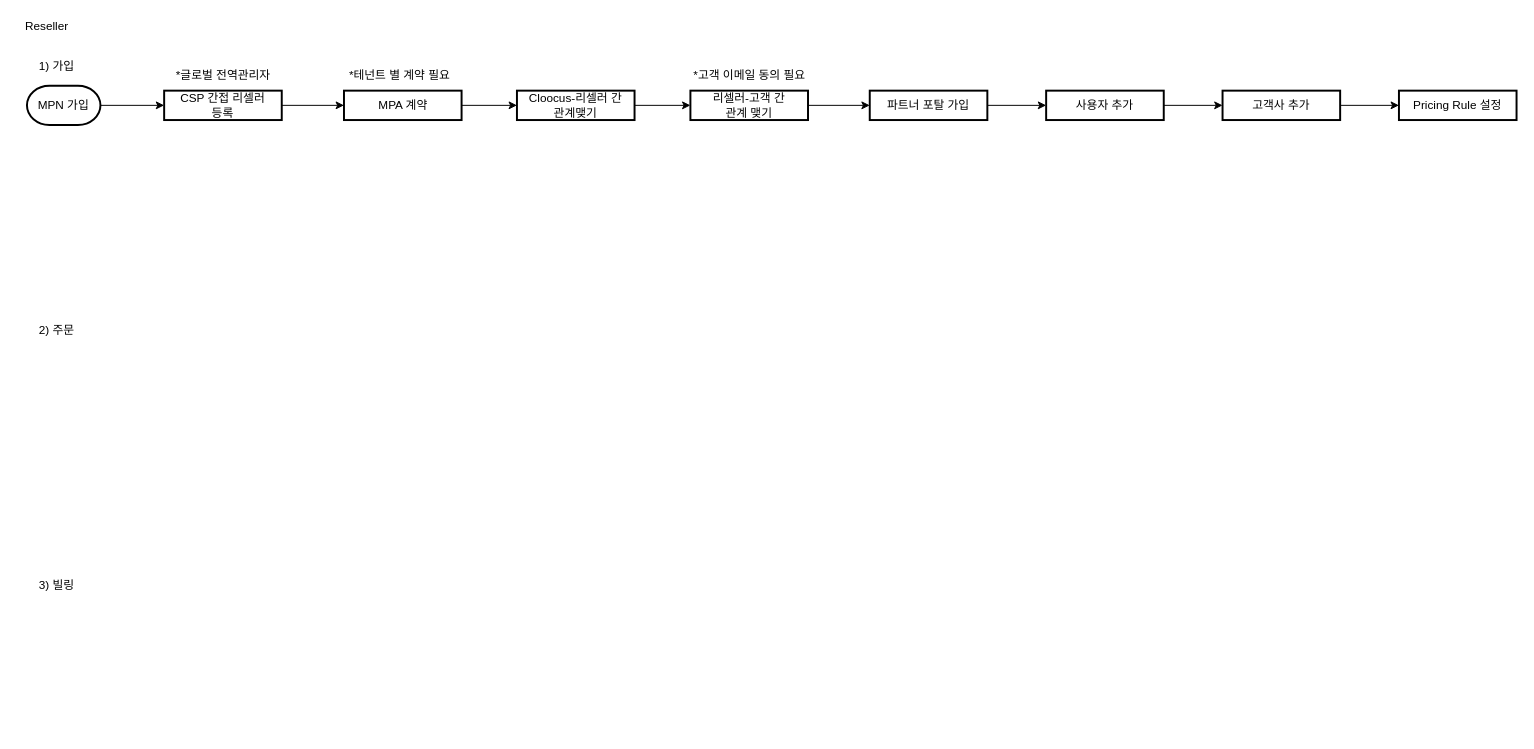
This is 상품 별 Flow.drawio from Lucidhomme/TIL, a draw.io file, before an edit. Source tidied: cells renumbered, new cells numbered last; positions are measured from the earlier drawing's top-left corner, leaving out a move shared by most shapes. Both pictures are drawn from the tidied source at 98%, with x=0, y=0 at pixel (17, 17).
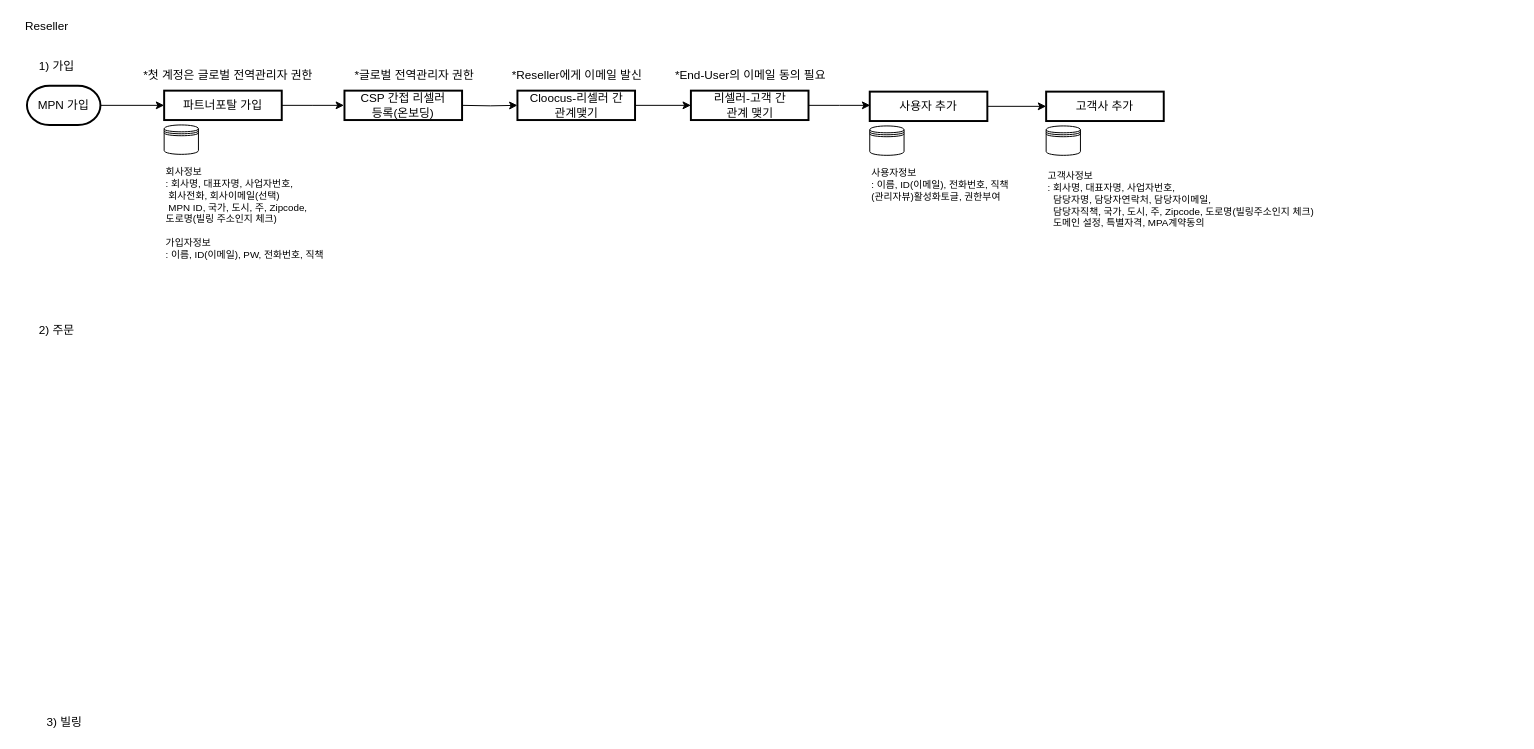
The same page after the edit.

What changed in the source:
```diff
@@
     <mxCell id="5" value="3) 빌링" style="text;html=1;align=center;verticalAlign=middle;fillColor=none;strokeColor=none;rounded=0;" parent="1" vertex="1">
-      <mxGeometry x="15" y="570" width="50" height="20" as="geometry" />
+      <mxGeometry x="22.5" y="710" width="50" height="20" as="geometry" />
     </mxCell>
@@
-    <mxCell id="8" style="edgeStyle=orthogonalEdgeStyle;rounded=0;jettySize=auto;html=1;entryX=0;entryY=0.5;entryDx=0;entryDy=0;" parent="1" edge="1" source="9" target="12">
-      <mxGeometry relative="1" as="geometry" />
+    <mxCell id="8" style="edgeStyle=orthogonalEdgeStyle;rounded=0;jettySize=auto;html=1;entryX=0;entryY=0.5;entryDx=0;entryDy=0;" parent="1" edge="1" source="9">
+      <mxGeometry relative="1" as="geometry">
+        <mxPoint x="333.5" y="90" as="targetPoint" />
+      </mxGeometry>
     </mxCell>
-    <mxCell id="9" value="CSP 간접 리셀러 &lt;br&gt;등록" style="whiteSpace=wrap;html=1;strokeWidth=2;" parent="1" vertex="1">
+    <mxCell id="9" value="파트너포탈 가입" style="whiteSpace=wrap;html=1;strokeWidth=2;" parent="1" vertex="1">
       <mxGeometry x="150" y="75" width="120" height="30" as="geometry" />
     </mxCell>
-    <mxCell id="10" value="*글로벌 전역관리자" style="text;html=1;align=center;verticalAlign=middle;fillColor=none;strokeColor=none;rounded=0;" parent="1" vertex="1">
-      <mxGeometry x="150" y="50" width="120" height="20" as="geometry" />
+    <mxCell id="10" value="*첫 계정은 글로벌 전역관리자 권한" style="text;html=1;align=center;verticalAlign=middle;fillColor=none;strokeColor=none;rounded=0;" parent="1" vertex="1">
+      <mxGeometry x="115" y="50" width="200" height="20" as="geometry" />
     </mxCell>
-    <mxCell id="11" style="edgeStyle=orthogonalEdgeStyle;rounded=0;jettySize=auto;html=1;entryX=0;entryY=0.5;entryDx=0;entryDy=0;" parent="1" edge="1" source="12" target="15">
-      <mxGeometry relative="1" as="geometry" />
+    <mxCell id="11" style="edgeStyle=orthogonalEdgeStyle;rounded=0;jettySize=auto;html=1;entryX=0;entryY=0.5;entryDx=0;entryDy=0;" parent="1" edge="1" target="15">
+      <mxGeometry relative="1" as="geometry">
+        <mxPoint x="454" y="90" as="sourcePoint" />
+      </mxGeometry>
     </mxCell>
-    <mxCell id="12" value="MPA 계약" style="whiteSpace=wrap;html=1;strokeWidth=2;" parent="1" vertex="1">
-      <mxGeometry x="333.5" y="75" width="120" height="30" as="geometry" />
-    </mxCell>
-    <mxCell id="13" value="*테넌트 별 계약 필요" style="text;html=1;align=center;verticalAlign=middle;fillColor=none;strokeColor=none;rounded=0;" parent="1" vertex="1">
-      <mxGeometry x="325" y="50" width="130" height="20" as="geometry" />
-    </mxCell>
@@
     <mxCell id="15" value="Cloocus-리셀러 간&lt;br&gt;관계맺기" style="whiteSpace=wrap;html=1;strokeWidth=2;" parent="1" vertex="1">
-      <mxGeometry x="510" y="75" width="120" height="30" as="geometry" />
+      <mxGeometry x="510.5" y="75" width="120" height="30" as="geometry" />
     </mxCell>
-    <mxCell id="16" style="edgeStyle=orthogonalEdgeStyle;rounded=0;jettySize=auto;html=1;entryX=0;entryY=0.5;entryDx=0;entryDy=0;" parent="1" edge="1" source="17" target="19">
-      <mxGeometry relative="1" as="geometry" />
+    <mxCell id="16" style="edgeStyle=orthogonalEdgeStyle;rounded=0;jettySize=auto;html=1;entryX=0;entryY=0.5;entryDx=0;entryDy=0;" parent="1" edge="1" source="17">
+      <mxGeometry relative="1" as="geometry">
+        <mxPoint x="870.5" y="90" as="targetPoint" />
+      </mxGeometry>
     </mxCell>
     <mxCell id="17" value="리셀러-고객 간&lt;br&gt;관계 맺기" style="whiteSpace=wrap;html=1;strokeWidth=2;" parent="1" vertex="1">
-      <mxGeometry x="687" y="75" width="120" height="30" as="geometry" />
+      <mxGeometry x="687.5" y="75" width="120" height="30" as="geometry" />
     </mxCell>
-    <mxCell id="18" style="edgeStyle=orthogonalEdgeStyle;rounded=0;jettySize=auto;html=1;entryX=0;entryY=0.5;entryDx=0;entryDy=0;" parent="1" edge="1" source="19" target="21">
-      <mxGeometry relative="1" as="geometry" />
-    </mxCell>
-    <mxCell id="19" value="파트너 포탈 가입" style="whiteSpace=wrap;html=1;strokeWidth=2;" parent="1" vertex="1">
-      <mxGeometry x="870" y="75" width="120" height="30" as="geometry" />
+    <mxCell id="19" value="CSP 간접 리셀러&lt;br&gt;등록(온보딩)" style="whiteSpace=wrap;html=1;strokeWidth=2;" parent="1" vertex="1">
+      <mxGeometry x="334" y="75" width="120" height="30" as="geometry" />
     </mxCell>
@@
     <mxCell id="21" value="사용자 추가" style="whiteSpace=wrap;html=1;strokeWidth=2;" parent="1" vertex="1">
-      <mxGeometry x="1050" y="75" width="120" height="30" as="geometry" />
+      <mxGeometry x="870" y="76" width="120" height="30" as="geometry" />
     </mxCell>
-    <mxCell id="22" style="edgeStyle=orthogonalEdgeStyle;rounded=0;jettySize=auto;html=1;entryX=0;entryY=0.5;entryDx=0;entryDy=0;" parent="1" edge="1" source="23" target="24">
-      <mxGeometry relative="1" as="geometry" />
-    </mxCell>
     <mxCell id="23" value="고객사 추가" style="whiteSpace=wrap;html=1;strokeWidth=2;" parent="1" vertex="1">
-      <mxGeometry x="1230" y="75" width="120" height="30" as="geometry" />
+      <mxGeometry x="1050" y="76" width="120" height="30" as="geometry" />
     </mxCell>
-    <mxCell id="24" value="Pricing Rule 설정" style="whiteSpace=wrap;html=1;strokeWidth=2;" parent="1" vertex="1">
-      <mxGeometry x="1410" y="75" width="120" height="30" as="geometry" />
-    </mxCell>
-    <mxCell id="25" value="*고객 이메일 동의 필요" style="text;html=1;align=center;verticalAlign=middle;fillColor=none;strokeColor=none;rounded=0;" parent="1" vertex="1">
-      <mxGeometry x="677" y="50" width="140" height="20" as="geometry" />
+    <mxCell id="25" value="*End-User의 이메일 동의 필요" style="text;html=1;align=center;verticalAlign=middle;fillColor=none;strokeColor=none;rounded=0;" parent="1" vertex="1">
+      <mxGeometry x="657.5" y="50" width="180" height="20" as="geometry" />
     </mxCell>
+    <mxCell id="26" value="회사정보&lt;br&gt;: 회사명, 대표자명, 사업자번호, &lt;br&gt;&amp;nbsp;회사전화, 회사이메일(선택)&lt;br style=&quot;font-size: 10px&quot;&gt;&amp;nbsp;MPN ID, 국가, 도시, 주, Zipcode, &lt;br&gt;도로명(빌링 주소인지 체크)&lt;br style=&quot;font-size: 10px&quot;&gt;&lt;div style=&quot;font-size: 10px&quot;&gt;&lt;span style=&quot;font-size: 10px&quot;&gt;&lt;br&gt;&lt;/span&gt;&lt;/div&gt;&lt;div style=&quot;font-size: 10px&quot;&gt;&lt;span style=&quot;font-size: 10px&quot;&gt;가입자정보&lt;/span&gt;&lt;/div&gt;&lt;div style=&quot;font-size: 10px&quot;&gt;&lt;span style=&quot;font-size: 10px&quot;&gt;: 이름, ID(이메일), PW, 전화번호, 직책&lt;/span&gt;&lt;/div&gt;" style="text;html=1;align=left;verticalAlign=middle;fillColor=none;strokeColor=none;rounded=0;fontSize=10;" parent="1" vertex="1">
+      <mxGeometry x="150" y="150" width="190" height="100" as="geometry" />
+    </mxCell>
+    <mxCell id="27" style="shape=datastore;whiteSpace=wrap;html=1;" parent="1" vertex="1">
+      <mxGeometry x="150" y="110" width="35" height="30" as="geometry" />
+    </mxCell>
+    <mxCell id="28" style="shape=datastore;whiteSpace=wrap;html=1;" parent="1" vertex="1">
+      <mxGeometry x="870" y="111" width="35" height="30" as="geometry" />
+    </mxCell>
+    <mxCell id="29" value="&lt;span&gt;사용자정보&lt;/span&gt;&lt;br&gt;&lt;div style=&quot;font-size: 10px&quot;&gt;&lt;span style=&quot;font-size: 10px&quot;&gt;: 이름, ID(이메일), 전화번호, 직책&lt;/span&gt;&lt;/div&gt;&lt;div style=&quot;font-size: 10px&quot;&gt;&lt;span&gt;(관리자뷰)활성화토글, 권한부여&amp;nbsp;&lt;/span&gt;&lt;/div&gt;" style="text;html=1;align=left;verticalAlign=middle;fillColor=none;strokeColor=none;rounded=0;fontSize=10;" parent="1" vertex="1">
+      <mxGeometry x="870" y="151" width="160" height="40" as="geometry" />
+    </mxCell>
+    <mxCell id="30" style="shape=datastore;whiteSpace=wrap;html=1;" parent="1" vertex="1">
+      <mxGeometry x="1050" y="111" width="35" height="30" as="geometry" />
+    </mxCell>
+    <mxCell id="31" value="&lt;span&gt;고객사정보&lt;/span&gt;&lt;br&gt;&lt;div style=&quot;font-size: 10px&quot;&gt;&lt;span style=&quot;font-size: 10px&quot;&gt;: 회사명, 대표자명, 사업자번호,&lt;br&gt;&lt;/span&gt;&lt;/div&gt;&lt;div style=&quot;font-size: 10px&quot;&gt;&lt;span style=&quot;font-size: 10px&quot;&gt;&amp;nbsp; 담당자명, 담당자연락처, 담당자이메일,&lt;/span&gt;&lt;/div&gt;&lt;div style=&quot;font-size: 10px&quot;&gt;&lt;span style=&quot;font-size: 10px&quot;&gt;&amp;nbsp; 담당자직책,&amp;nbsp;&lt;/span&gt;&lt;span&gt;국가, 도시, 주, Zipcode, 도로명(빌링주소인지 체크)&lt;/span&gt;&lt;/div&gt;&lt;div style=&quot;font-size: 10px&quot;&gt;&lt;span style=&quot;font-size: 10px&quot;&gt;&amp;nbsp; 도메인 설정, 특별자격, MPA계약동의&lt;/span&gt;&lt;/div&gt;" style="text;html=1;align=left;verticalAlign=middle;fillColor=none;strokeColor=none;rounded=0;fontSize=10;" parent="1" vertex="1">
+      <mxGeometry x="1050" y="151" width="300" height="70" as="geometry" />
+    </mxCell>
+    <mxCell id="32" value="*Reseller에게 이메일 발신" style="text;html=1;align=center;verticalAlign=middle;fillColor=none;strokeColor=none;rounded=0;" parent="1" vertex="1">
+      <mxGeometry x="495.5" y="50" width="150" height="20" as="geometry" />
+    </mxCell>
+    <mxCell id="33" value="*글로벌 전역관리자 권한" style="text;html=1;align=center;verticalAlign=middle;fillColor=none;strokeColor=none;rounded=0;" parent="1" vertex="1">
+      <mxGeometry x="330" y="50" width="150" height="20" as="geometry" />
+    </mxCell>
```
